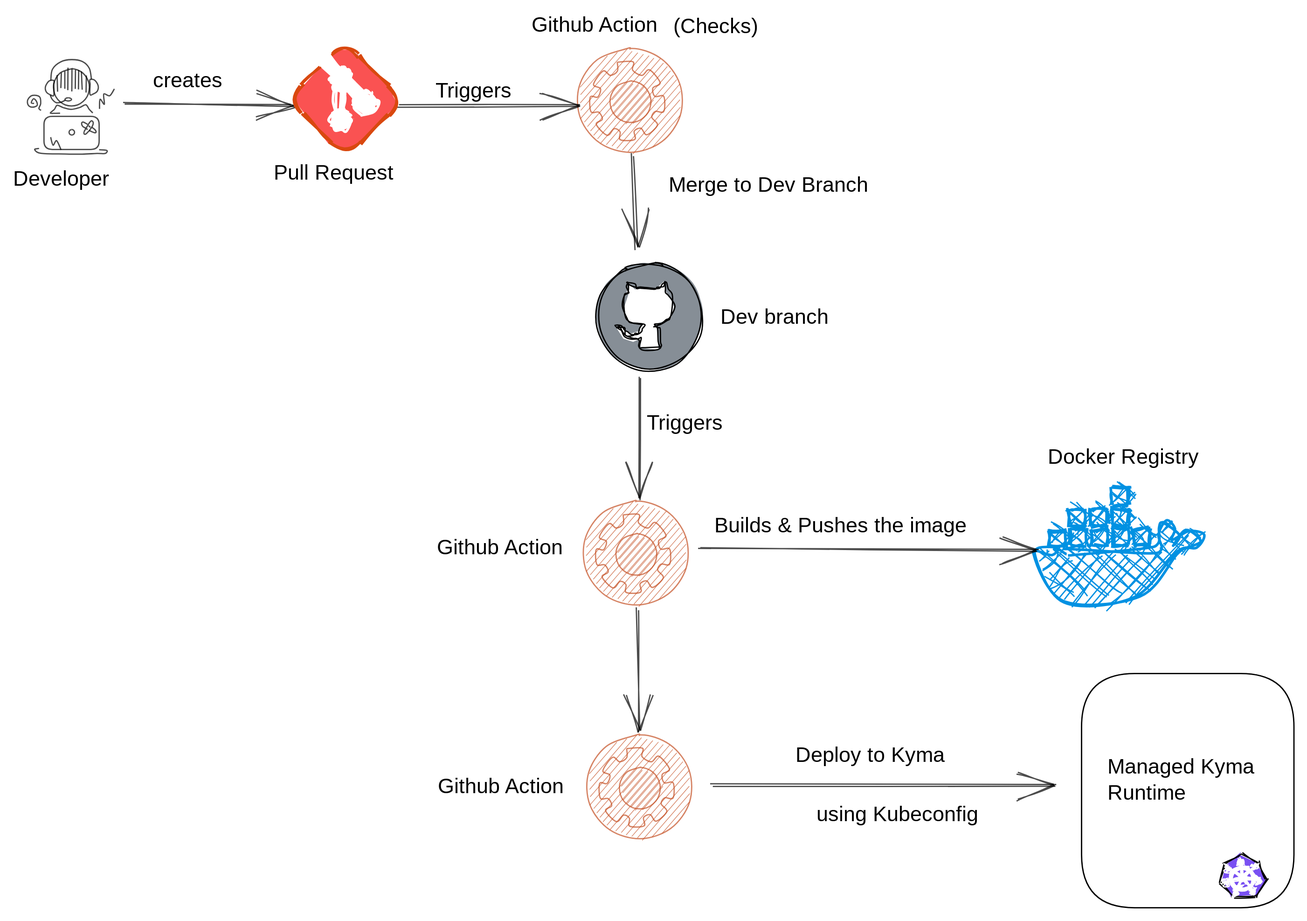
This is assets/developer-flow.svg from abbi-gaurav/ci-cd-kyma, a Excalidraw export, as it was before one commit. Source tidied: one line per element, renumbered; positions are measured from the earlier drawing's top-left corner, leaving out a move shared by most shapes.
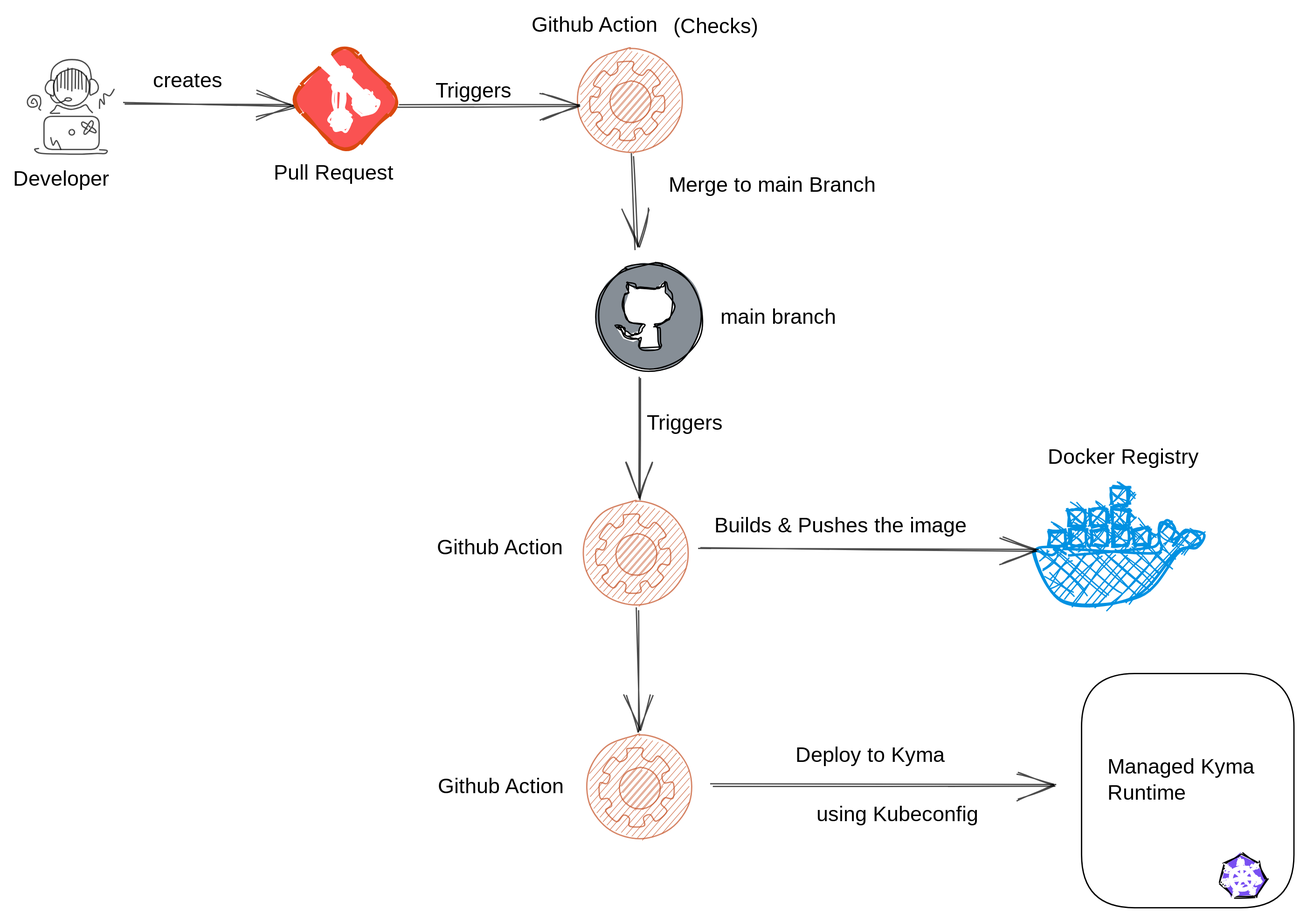
The same diagram one commit later.

What changed in the source:
```diff
@@ -47,9 +47,9 @@
 {"id": 46, "type": "text", "text": "Github Action", "strokeColor": "#000000", "strokeWidth": 1, "roughness": 0, "fontSize": 16, "fontFamily": 1, "x": 397, "y": 0, "width": 104, "height": 20}
 {"id": 47, "type": "text", "text": "Github Action", "strokeColor": "#000000", "strokeWidth": 1, "roughness": 0, "fontSize": 16, "fontFamily": 1, "x": 325, "y": 400, "width": 104, "height": 20}
 {"id": 48, "type": "text", "text": "(Checks)", "strokeColor": "#000000", "strokeWidth": 1, "roughness": 0, "fontSize": 16, "fontFamily": 1, "x": 506, "y": 1, "width": 67, "height": 20}
-{"id": 49, "type": "text", "text": "Merge to Dev Branch", "strokeColor": "#000000", "strokeWidth": 1, "roughness": 0, "fontSize": 16, "fontFamily": 1, "x": 502, "y": 123, "width": 172, "height": 20}
+{"id": 49, "type": "text", "text": "Merge to main Branch", "strokeColor": "#000000", "strokeWidth": 1, "roughness": 0, "fontSize": 16, "fontFamily": 1, "x": 502, "y": 123, "width": 170, "height": 20}
 {"id": 50, "type": "text", "text": "Deploy to Kyma", "strokeColor": "#000000", "strokeWidth": 1, "roughness": 0, "fontSize": 16, "fontFamily": 1, "x": 599, "y": 559, "width": 130, "height": 20}
-{"id": 51, "type": "text", "text": "Dev branch", "strokeColor": "#000000", "strokeWidth": 1, "roughness": 0, "fontSize": 16, "fontFamily": 1, "x": 542, "y": 224, "width": 91, "height": 20}
+{"id": 51, "type": "text", "text": "main branch", "strokeColor": "#000000", "strokeWidth": 1, "roughness": 0, "fontSize": 16, "fontFamily": 1, "x": 542, "y": 224, "width": 89, "height": 20}
 {"id": 52, "type": "text", "text": "Managed Kyma \nRuntime", "strokeColor": "#000000", "strokeWidth": 1, "roughness": 0, "fontSize": 16, "fontFamily": 1, "x": 838, "y": 568, "width": 121, "height": 40}
 {"id": 53, "type": "text", "text": "using Kubeconfig", "strokeColor": "#000000", "strokeWidth": 2, "roughness": 0, "fontSize": 16, "fontFamily": 1, "x": 616, "y": 604, "width": 125, "height": 20}
 {"id": 54, "type": "line", "strokeColor": "#000000", "backgroundColor": "#7950f2", "fillStyle": "solid", "strokeWidth": 1, "roughness": 1, "x": 1087, "y": 644, "width": 36, "height": 33, "points": [[-147, 0], [-160, 8], [-163, 21], [-153, 33], [-135, 33], [-127, 20], [-134, 6], [-147, 0]]}
```
